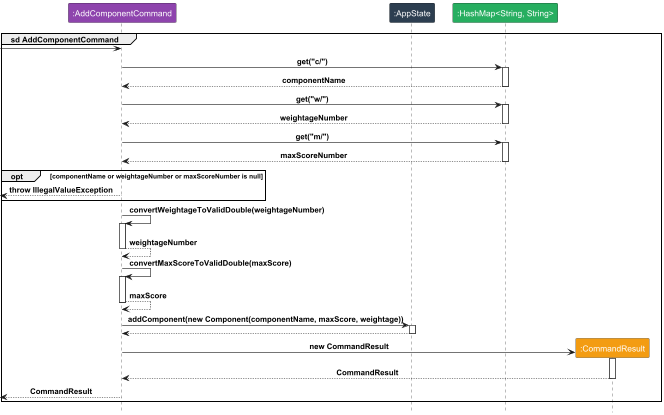
The PlantUML diagram docs/diagrams/AddComponentCommand.png in yeekian/tp, before a commit. Source of this version:
```plantuml
@startuml
!include Style.puml
group sd AddComponentCommand
participant ":AddComponentCommand" as C LOGIC_COLOR_3
participant ":AppState" as A LOGIC_COLOR_2
participant ":HashMap<String, String>" as H LOGIC_COLOR_7
participant ":CommandResult" as R LOGIC_COLOR_8

[-> C
C -> H : get("c/")
activate H
C <-- H : componentName
deactivate H
C -> H : get("w/")
activate H
C <-- H : weightageNumber
deactivate H
C -> H : get("m/")
activate H
C <-- H : maxScoreNumber
deactivate H

opt componentName or weightageNumber or maxScoreNumber is null
[<-- C : throw IllegalValueException
end

C -> C : convertWeightageToValidDouble(weightageNumber)
activate C
C --> C : weightageNumber
deactivate C

C -> C : convertMaxScoreToValidDouble(maxScore)
activate C
C --> C : maxScore
deactivate C

C -> A : addComponent(new Component(componentName, maxScore, weightage))
activate A
C <-- A
deactivate A

create R
C -> R : new CommandResult
activate R
C <-- R : CommandResult
deactivate R

[<-- C : CommandResult
end
@enduml
```
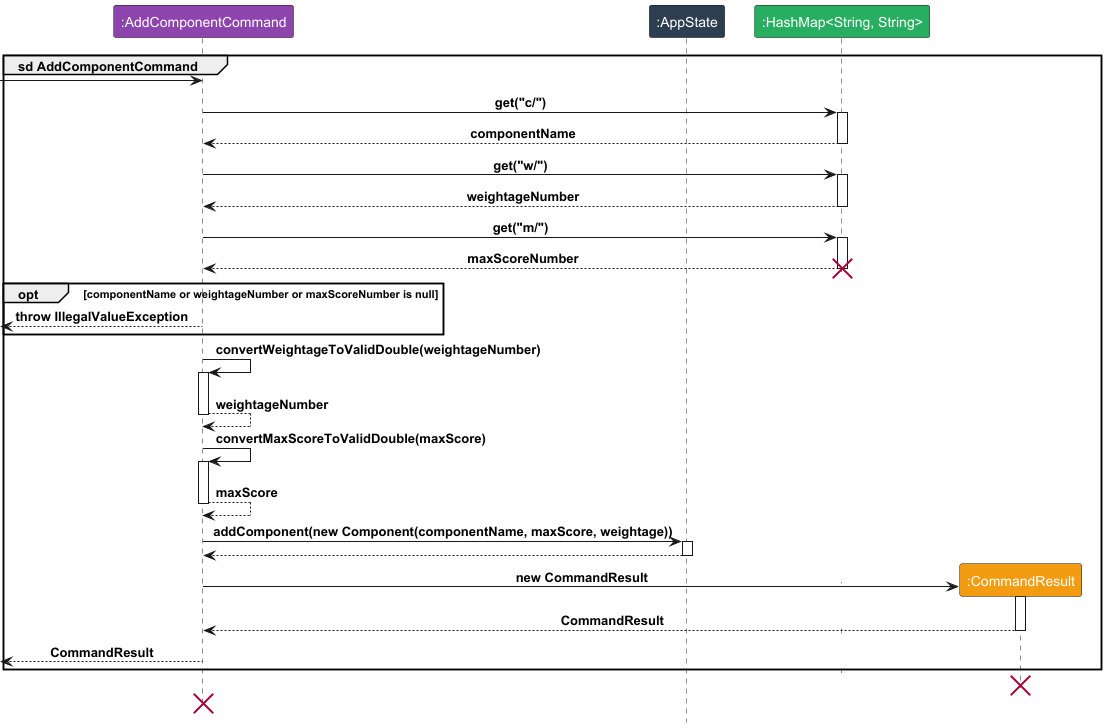
The same file after the commit.

The edit, as a diff of the source:
```diff
@@ -19,6 +19,8 @@
 activate H
 C <-- H : maxScoreNumber
 deactivate H
+destroy H
+
 
 opt componentName or weightageNumber or maxScoreNumber is null
 [<-- C : throw IllegalValueException
@@ -47,4 +49,6 @@
 
 [<-- C : CommandResult
 end
+destroy R
+destroy C
 @enduml
```
